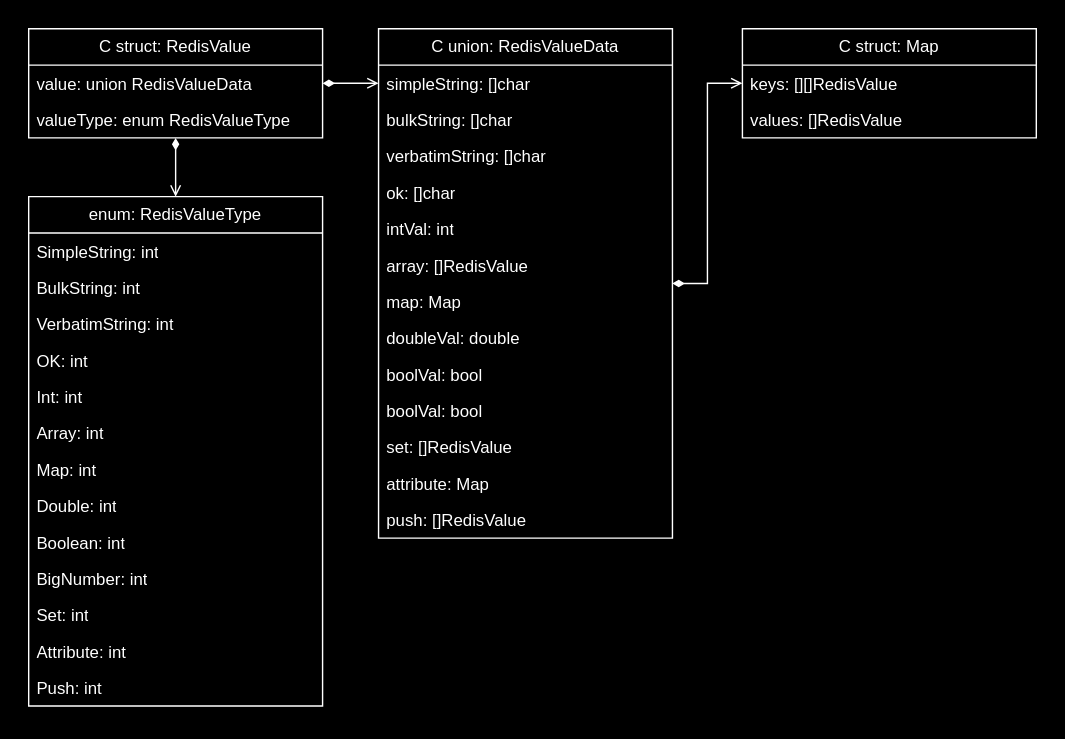
This is docs/img/FFI-request-success-struct-diagram.svg from Bit-Quill/valkey-glide, a draw.io export, as it was before one commit. Source tidied: cells renumbered, new cells last; positions are measured from the earlier drawing's top-left corner, leaving out a move shared by most shapes.
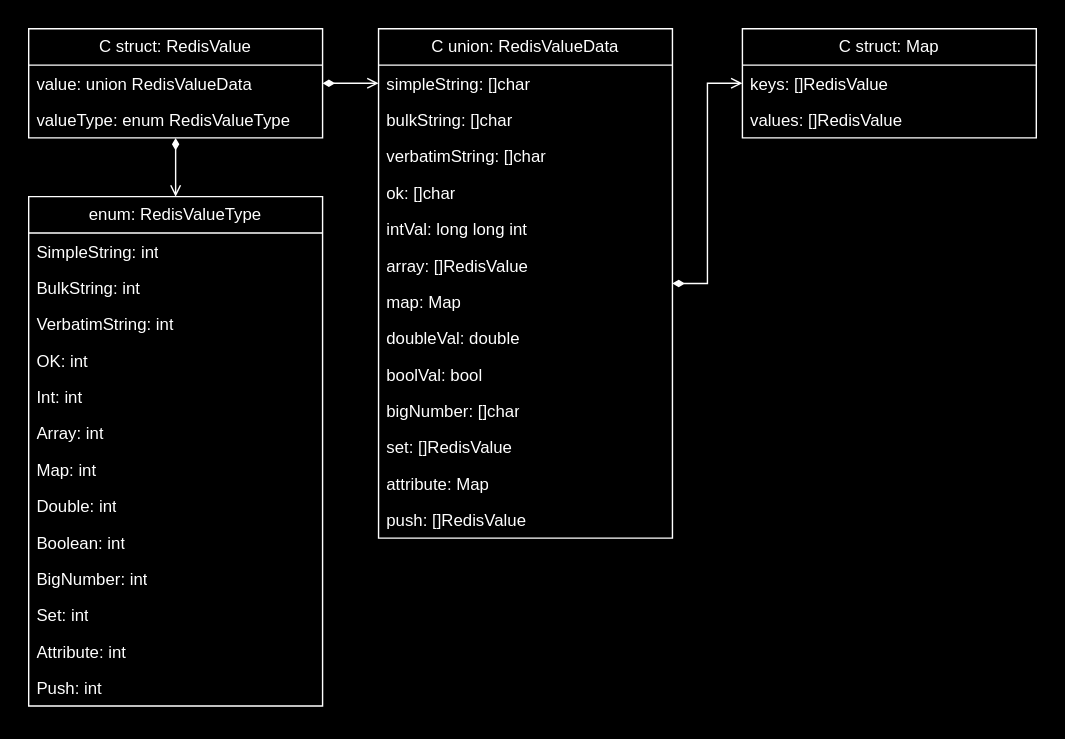
The same file after the commit.

Commit message:
Fix mistakes in the FFI request success struct diagram

The edit, as a diff of the source:
```diff
@@ -35,7 +35,7 @@
     <mxCell id="12" value="ok: []char" style="text;strokeColor=none;fillColor=none;align=left;verticalAlign=top;spacingLeft=4;spacingRight=4;overflow=hidden;whiteSpace=wrap;html=1;" parent="8" vertex="1">
       <mxGeometry y="104" width="210" height="26" as="geometry" />
     </mxCell>
-    <mxCell id="13" value="intVal: int" style="text;strokeColor=none;fillColor=none;align=left;verticalAlign=top;spacingLeft=4;spacingRight=4;overflow=hidden;whiteSpace=wrap;html=1;" parent="8" vertex="1">
+    <mxCell id="13" value="intVal: long long int" style="text;strokeColor=none;fillColor=none;align=left;verticalAlign=top;spacingLeft=4;spacingRight=4;overflow=hidden;whiteSpace=wrap;html=1;" parent="8" vertex="1">
       <mxGeometry y="130" width="210" height="26" as="geometry" />
     </mxCell>
     <mxCell id="14" value="array: []RedisValue" style="text;strokeColor=none;fillColor=none;align=left;verticalAlign=top;spacingLeft=4;spacingRight=4;overflow=hidden;whiteSpace=wrap;html=1;" parent="8" vertex="1">
@@ -50,7 +50,7 @@
     <mxCell id="17" value="boolVal: bool" style="text;strokeColor=none;fillColor=none;align=left;verticalAlign=top;spacingLeft=4;spacingRight=4;overflow=hidden;whiteSpace=wrap;html=1;" parent="8" vertex="1">
       <mxGeometry y="234" width="210" height="26" as="geometry" />
     </mxCell>
-    <mxCell id="18" value="boolVal: bool" style="text;strokeColor=none;fillColor=none;align=left;verticalAlign=top;spacingLeft=4;spacingRight=4;overflow=hidden;whiteSpace=wrap;html=1;" parent="8" vertex="1">
+    <mxCell id="18" value="bigNumber: []char" style="text;strokeColor=none;fillColor=none;align=left;verticalAlign=top;spacingLeft=4;spacingRight=4;overflow=hidden;whiteSpace=wrap;html=1;" parent="8" vertex="1">
       <mxGeometry y="260" width="210" height="26" as="geometry" />
     </mxCell>
     <mxCell id="19" value="set: []RedisValue" style="text;strokeColor=none;fillColor=none;align=left;verticalAlign=top;spacingLeft=4;spacingRight=4;overflow=hidden;whiteSpace=wrap;html=1;" parent="8" vertex="1">
@@ -65,7 +65,7 @@
     <mxCell id="22" value="C struct: Map" style="swimlane;fontStyle=0;horizontal=1;startSize=26;fillColor=none;whiteSpace=wrap;html=1;" parent="1" vertex="1">
       <mxGeometry x="510" width="210" height="78" as="geometry" />
     </mxCell>
-    <mxCell id="23" value="keys: [][]RedisValue" style="text;strokeColor=none;fillColor=none;align=left;verticalAlign=top;spacingLeft=4;spacingRight=4;overflow=hidden;whiteSpace=wrap;html=1;" parent="22" vertex="1">
+    <mxCell id="23" value="keys: []RedisValue" style="text;strokeColor=none;fillColor=none;align=left;verticalAlign=top;spacingLeft=4;spacingRight=4;overflow=hidden;whiteSpace=wrap;html=1;" parent="22" vertex="1">
       <mxGeometry y="26" width="210" height="26" as="geometry" />
     </mxCell>
     <mxCell id="24" value="values: []RedisValue" style="text;strokeColor=none;fillColor=none;align=left;verticalAlign=top;spacingLeft=4;spacingRight=4;overflow=hidden;whiteSpace=wrap;html=1;" parent="22" vertex="1">
```
